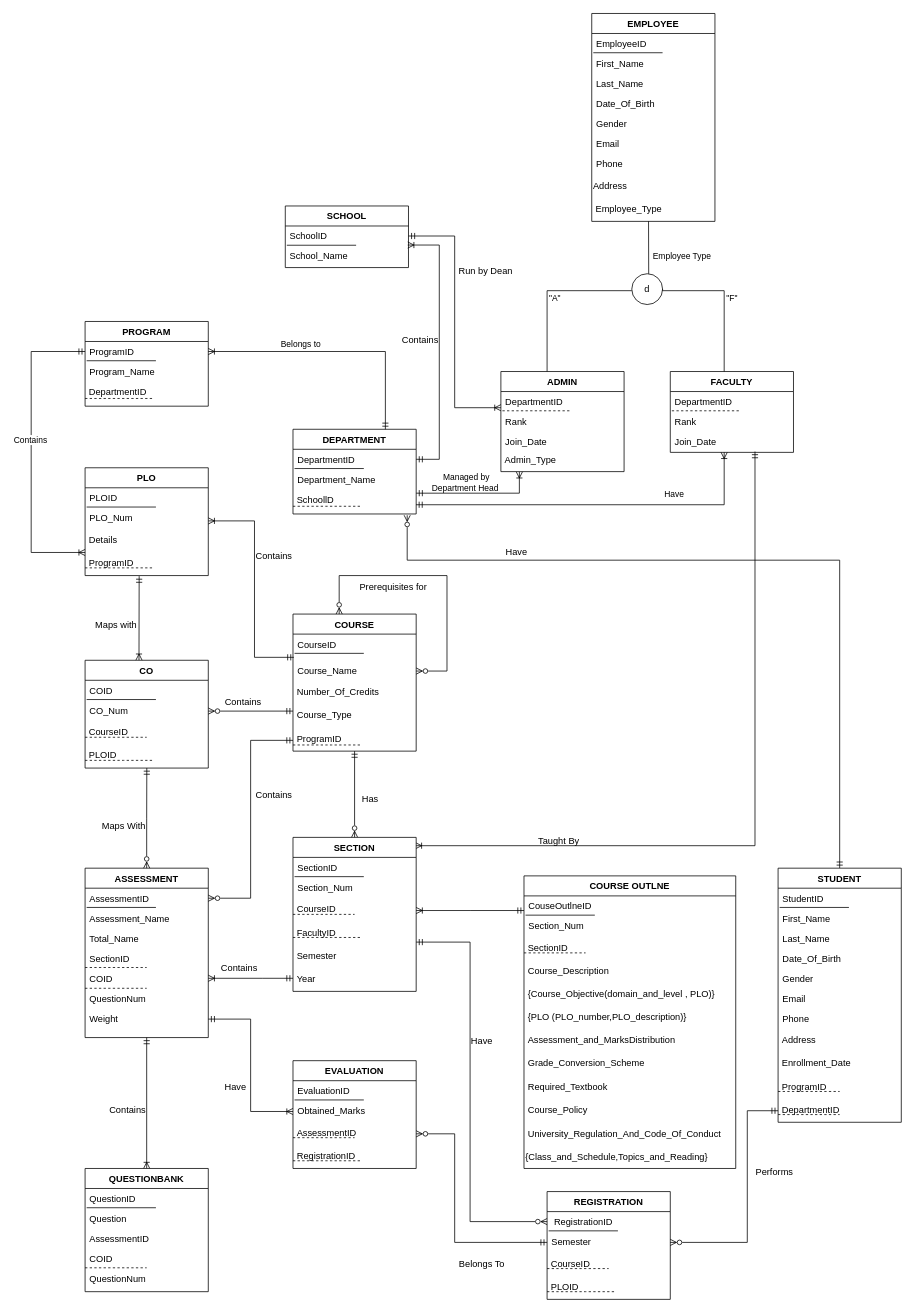
Above: Documentation/EERD.drawio in injamam00155/CSE303-sec-04-Group-03 (draw.io), before the change. Source tidied: cells renumbered, new cells numbered last; positions are measured from the earlier drawing's top-left corner, leaving out a move shared by most shapes. Both pictures are drawn from the tidied source at 77%, with x=0, y=0 at pixel (31, 13).
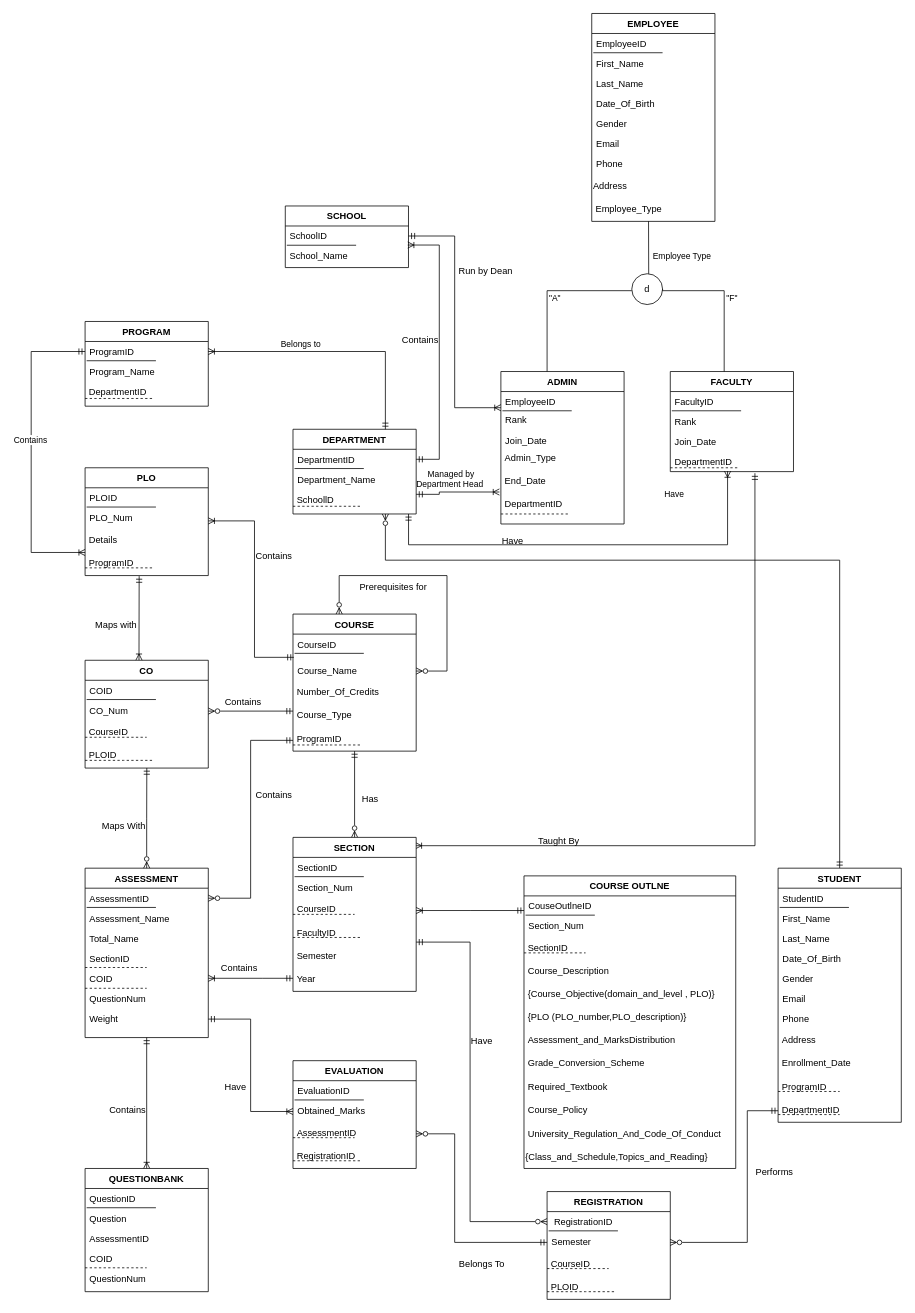
After the change.

The change refers to these unchanged cells:
```xml
<mxCell id="27" value="Join_Date " style="text;align=left;verticalAlign=top;spacingLeft=4;spacingRight=4;overflow=hidden;points=[[0,0.5],[1,0.5]];portConstraint=eastwest;rounded=0;shadow=0;html=0;" parent="23" vertex="1">
  <mxGeometry y="78" width="160" height="26" as="geometry" />
</mxCell>
<mxCell id="36" value="DEPARTMENT" style="swimlane;fontStyle=1;align=center;verticalAlign=top;horizontal=1;startSize=26;rounded=0;shadow=0;strokeWidth=1;" parent="1" vertex="1">
  <mxGeometry x="340" y="540" width="160" height="110" as="geometry" />
</mxCell>
<mxCell id="40" value="&amp;nbsp;SchoollD" style="text;html=1;align=left;verticalAlign=top;points=[];strokeColor=none;fillColor=none;" parent="36" vertex="1">
  <mxGeometry y="78" width="160" height="30" as="geometry" />
</mxCell>
<mxCell id="92" value="SECTION" style="swimlane;fontStyle=1;align=center;verticalAlign=top;horizontal=1;startSize=26;rounded=0;shadow=0;strokeWidth=1;" parent="1" vertex="1">
  <mxGeometry x="340" y="1070" width="160" height="200" as="geometry" />
</mxCell>
<mxCell id="131" value="STUDENT" style="swimlane;fontStyle=1;align=center;verticalAlign=top;horizontal=1;startSize=26;rounded=0;shadow=0;strokeWidth=1;" parent="1" vertex="1">
  <mxGeometry x="970" y="1110" width="160" height="330" as="geometry" />
</mxCell>
```

Change to the diagram source:
```diff
@@
     <mxCell id="16" value="ADMIN" style="swimlane;fontStyle=1;align=center;verticalAlign=top;horizontal=1;startSize=26;rounded=0;shadow=0;strokeWidth=1;" parent="1" vertex="1">
-      <mxGeometry x="610" y="465" width="160" height="130" as="geometry" />
+      <mxGeometry x="610" y="465" width="160" height="198" as="geometry" />
     </mxCell>
-    <mxCell id="17" value="DepartmentID" style="text;align=left;verticalAlign=top;spacingLeft=4;spacingRight=4;overflow=hidden;" parent="16" vertex="1">
-      <mxGeometry y="26" width="160" height="26" as="geometry" />
+    <mxCell id="17" value="EmployeeID" style="text;align=left;verticalAlign=top;spacingLeft=4;spacingRight=4;overflow=hidden;" parent="16" vertex="1">
+      <mxGeometry y="26" width="160" height="24" as="geometry" />
     </mxCell>
-    <mxCell id="18" style="endArrow=none;html=1;rounded=0;dashed=1;" parent="16" edge="1">
+    <mxCell id="18" style="endArrow=none;html=1;rounded=0;" parent="16" edge="1">
       <mxGeometry relative="1" as="geometry">
         <mxPoint x="2" y="51" as="sourcePoint" />
         <mxPoint x="92" y="51" as="targetPoint" />
       </mxGeometry>
     </mxCell>
     <mxCell id="19" value="Rank" style="text;align=left;verticalAlign=top;spacingLeft=4;spacingRight=4;overflow=hidden;rounded=0;shadow=0;html=0;" parent="16" vertex="1">
-      <mxGeometry y="52" width="160" height="26" as="geometry" />
+      <mxGeometry y="50" width="160" height="26" as="geometry" />
     </mxCell>
     <mxCell id="20" value="Join_Date " style="text;align=left;verticalAlign=top;spacingLeft=4;spacingRight=4;overflow=hidden;rounded=0;shadow=0;html=0;" parent="16" vertex="1">
-      <mxGeometry y="78" width="160" height="22" as="geometry" />
+      <mxGeometry y="76" width="160" height="22" as="geometry" />
     </mxCell>
     <mxCell id="21" value="&amp;nbsp;Admin_Type" style="text;html=1;align=left;verticalAlign=middle;points=[];strokeColor=none;fillColor=none;" parent="16" vertex="1">
-      <mxGeometry y="100" width="160" height="30" as="geometry" />
+      <mxGeometry y="98" width="160" height="30" as="geometry" />
     </mxCell>
+    <mxCell id="188" value="&amp;nbsp;End_Date" style="text;html=1;align=left;verticalAlign=middle;points=[];strokeColor=none;fillColor=none;" parent="16" vertex="1">
+      <mxGeometry y="128" width="160" height="30" as="geometry" />
+    </mxCell>
+    <mxCell id="189" value="&amp;nbsp;DepartmentID" style="text;html=1;align=left;verticalAlign=middle;strokeColor=none;fillColor=none;" parent="16" vertex="1">
+      <mxGeometry y="158" width="160" height="30" as="geometry" />
+    </mxCell>
+    <mxCell id="190" style="endArrow=none;html=1;rounded=0;dashed=1;" parent="16" edge="1">
+      <mxGeometry relative="1" as="geometry">
+        <mxPoint y="185" as="sourcePoint" />
+        <mxPoint x="90" y="185" as="targetPoint" />
+      </mxGeometry>
+    </mxCell>
-    <mxCell id="22" style="edgeStyle=elbowEdgeStyle;rounded=0;jettySize=auto;html=1;startArrow=ERmandOne;startFill=0;endArrow=ERoneToMany;endFill=0;entryX=0.994;entryY=0.054;entryDx=0;entryDy=0;entryPerimeter=0;" parent="1" edge="1" source="27" target="92">
+    <mxCell id="22" style="edgeStyle=elbowEdgeStyle;rounded=0;jettySize=auto;html=1;startArrow=ERmandOne;startFill=0;endArrow=ERoneToMany;endFill=0;entryX=0.994;entryY=0.054;entryDx=0;entryDy=0;entryPerimeter=0;exitX=0.687;exitY=1.081;exitDx=0;exitDy=0;exitPerimeter=0;" parent="1" edge="1" source="191" target="92">
       <mxGeometry relative="1" as="geometry">
         <Array as="points">
           <mxPoint x="940" y="1090" />
           <mxPoint x="940" y="1080" />
           <mxPoint x="900" y="730" />
           <mxPoint x="620" y="1190" />
           <mxPoint x="940" y="750" />
         </Array>
       </mxGeometry>
     </mxCell>
     <mxCell id="23" value="FACULTY" style="swimlane;fontStyle=1;align=center;verticalAlign=top;horizontal=1;startSize=26;rounded=0;shadow=0;strokeWidth=1;" parent="1" vertex="1">
-      <mxGeometry x="830" y="465" width="160" height="105" as="geometry" />
+      <mxGeometry x="830" y="465" width="160" height="130" as="geometry" />
     </mxCell>
-    <mxCell id="24" value="DepartmentID" style="text;align=left;verticalAlign=top;spacingLeft=4;spacingRight=4;overflow=hidden;" parent="23" vertex="1">
+    <mxCell id="24" value="FacultyID" style="text;align=left;verticalAlign=top;spacingLeft=4;spacingRight=4;overflow=hidden;" parent="23" vertex="1">
       <mxGeometry y="26" width="160" height="26" as="geometry" />
     </mxCell>
-    <mxCell id="25" style="endArrow=none;html=1;rounded=0;dashed=1;" parent="23" edge="1">
+    <mxCell id="25" style="endArrow=none;html=1;rounded=0;" parent="23" edge="1">
       <mxGeometry relative="1" as="geometry">
         <mxPoint x="2" y="51" as="sourcePoint" />
         <mxPoint x="92" y="51" as="targetPoint" />
       </mxGeometry>
     </mxCell>
@@
+    <mxCell id="191" value="DepartmentID" style="text;align=left;verticalAlign=top;spacingLeft=4;spacingRight=4;overflow=hidden;points=[[0,0.5],[1,0.5]];portConstraint=eastwest;rounded=0;shadow=0;html=0;" parent="23" vertex="1">
+      <mxGeometry y="104" width="160" height="26" as="geometry" />
+    </mxCell>
+    <mxCell id="192" style="endArrow=none;html=1;rounded=0;dashed=1;" parent="23" edge="1">
+      <mxGeometry relative="1" as="geometry">
+        <mxPoint y="125" as="sourcePoint" />
+        <mxPoint x="90" y="125" as="targetPoint" />
+      </mxGeometry>
+    </mxCell>
@@
-    <mxCell id="35" style="edgeStyle=elbowEdgeStyle;rounded=0;jettySize=auto;html=1;startArrow=ERzeroToMany;startFill=0;endArrow=ERmandOne;endFill=0;elbow=vertical;exitX=0.927;exitY=1.121;exitDx=0;exitDy=0;exitPerimeter=0;" parent="1" edge="1" source="40" target="131">
+    <mxCell id="35" style="edgeStyle=elbowEdgeStyle;rounded=0;jettySize=auto;html=1;startArrow=ERzeroToMany;startFill=0;endArrow=ERmandOne;endFill=0;elbow=vertical;exitX=0.75;exitY=1;exitDx=0;exitDy=0;" parent="1" edge="1" source="36" target="131">
       <mxGeometry relative="1" as="geometry">
         <Array as="points">
           <mxPoint x="880" y="710" />
         </Array>
       </mxGeometry>
     </mxCell>
@@
-    <mxCell id="44" style="endArrow=ERoneToMany;html=1;rounded=0;edgeStyle=elbowEdgeStyle;startArrow=ERmandOne;startFill=0;endFill=0;entryX=0.153;entryY=1.009;entryDx=0;entryDy=0;entryPerimeter=0;" parent="1" edge="1" target="21">
+    <mxCell id="44" style="endArrow=ERoneToMany;html=1;rounded=0;edgeStyle=elbowEdgeStyle;startArrow=ERmandOne;startFill=0;endFill=0;entryX=-0.012;entryY=0.949;entryDx=0;entryDy=0;entryPerimeter=0;" parent="1" edge="1" target="188">
       <mxGeometry relative="1" as="geometry">
-        <mxPoint x="500" y="623" as="sourcePoint" />
+        <mxPoint x="500" y="624.5" as="sourcePoint" />
         <Array as="points">
-          <mxPoint x="634" y="630" />
-          <mxPoint x="660" y="620" />
-          <mxPoint x="660" y="640" />
-          <mxPoint x="670" y="759.3" />
+          <mxPoint x="530" y="584.5" />
+          <mxPoint x="594" y="584.5" />
+          <mxPoint x="620" y="574.5" />
+          <mxPoint x="620" y="594.5" />
+          <mxPoint x="630" y="713.8" />
         </Array>
       </mxGeometry>
     </mxCell>
     <mxCell id="45" value="Managed by &lt;br style=&quot;font-size: 11px;&quot;&gt;Department Head&amp;nbsp;" style="text;html=1;align=center;verticalAlign=middle;strokeColor=none;fillColor=none;fontSize=11;" parent="1" vertex="1">
-      <mxGeometry x="510" y="590" width="110" height="40" as="geometry" />
+      <mxGeometry x="490" y="585" width="110" height="40" as="geometry" />
     </mxCell>
-    <mxCell id="46" style="endArrow=ERoneToMany;html=1;rounded=0;edgeStyle=elbowEdgeStyle;startArrow=ERmandOne;startFill=0;endFill=0;exitX=0.999;exitY=0.667;exitDx=0;exitDy=0;exitPerimeter=0;" parent="1" edge="1" source="40">
+    <mxCell id="46" style="endArrow=ERoneToMany;html=1;rounded=0;edgeStyle=orthogonalEdgeStyle;startArrow=ERmandOne;startFill=0;endFill=0;entryX=0.465;entryY=0.976;entryDx=0;entryDy=0;entryPerimeter=0;elbow=vertical;exitX=0.938;exitY=1.067;exitDx=0;exitDy=0;exitPerimeter=0;" parent="1" edge="1" source="40" target="191">
       <mxGeometry relative="1" as="geometry">
-        <mxPoint x="900" y="570" as="targetPoint" />
         <Array as="points">
-          <mxPoint x="900" y="660" />
-          <mxPoint x="640" y="630" />
-          <mxPoint x="670" y="630" />
-          <mxPoint x="670" y="650" />
-          <mxPoint x="680" y="769.3" />
+          <mxPoint x="490" y="690" />
+          <mxPoint x="904" y="690" />
         </Array>
       </mxGeometry>
     </mxCell>
@@
     <mxCell id="160" value="Have" style="text;html=1;align=center;verticalAlign=middle;strokeColor=none;fillColor=none;" parent="1" vertex="1">
-      <mxGeometry x="605" y="685" width="50" height="30" as="geometry" />
+      <mxGeometry x="600" y="670" width="50" height="30" as="geometry" />
     </mxCell>
```
